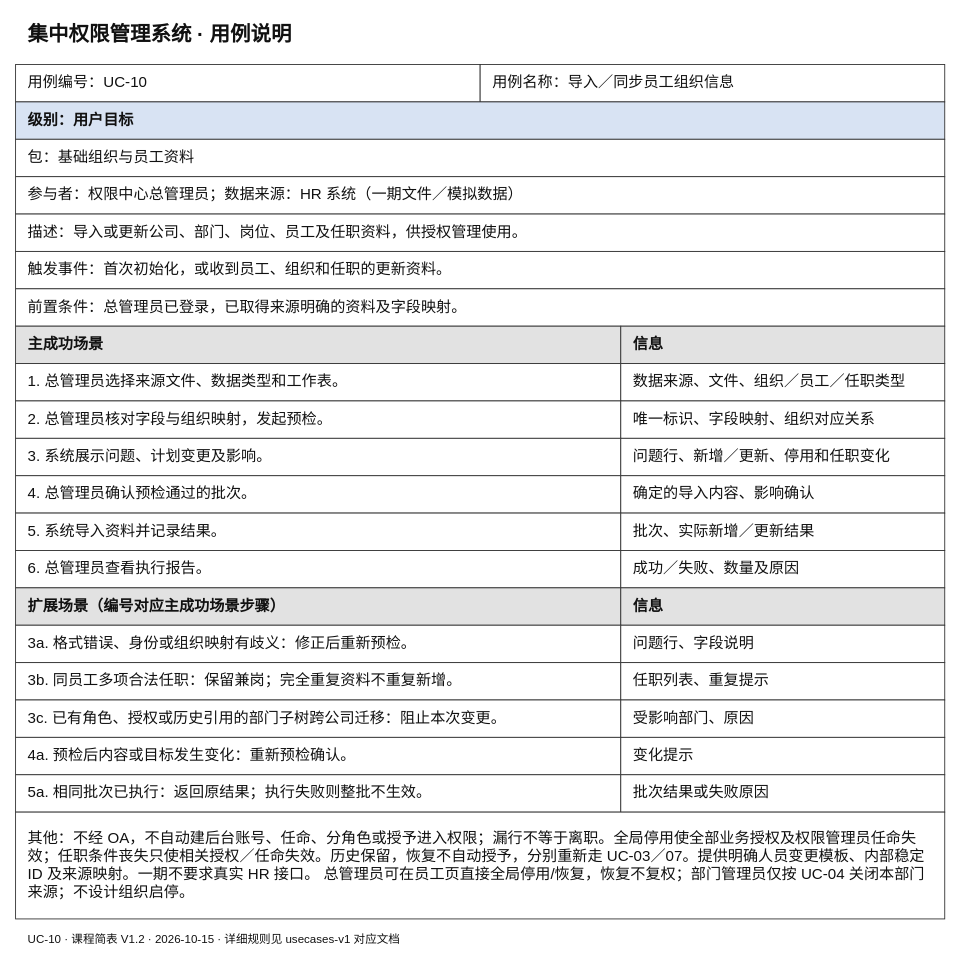
This is docs/01-requirements/按用例分类/UC-10_导入／同步员工组织信息/课程简表.drawio from Noah-hope/RBAC-admin, a draw.io file, before an edit. Source tidied: cells renumbered, new cells numbered last; positions are measured from the earlier drawing's top-left corner, leaving out a move shared by most shapes. Both pictures are drawn from the tidied source at 89%, with x=0, y=0 at pixel (15, 15).
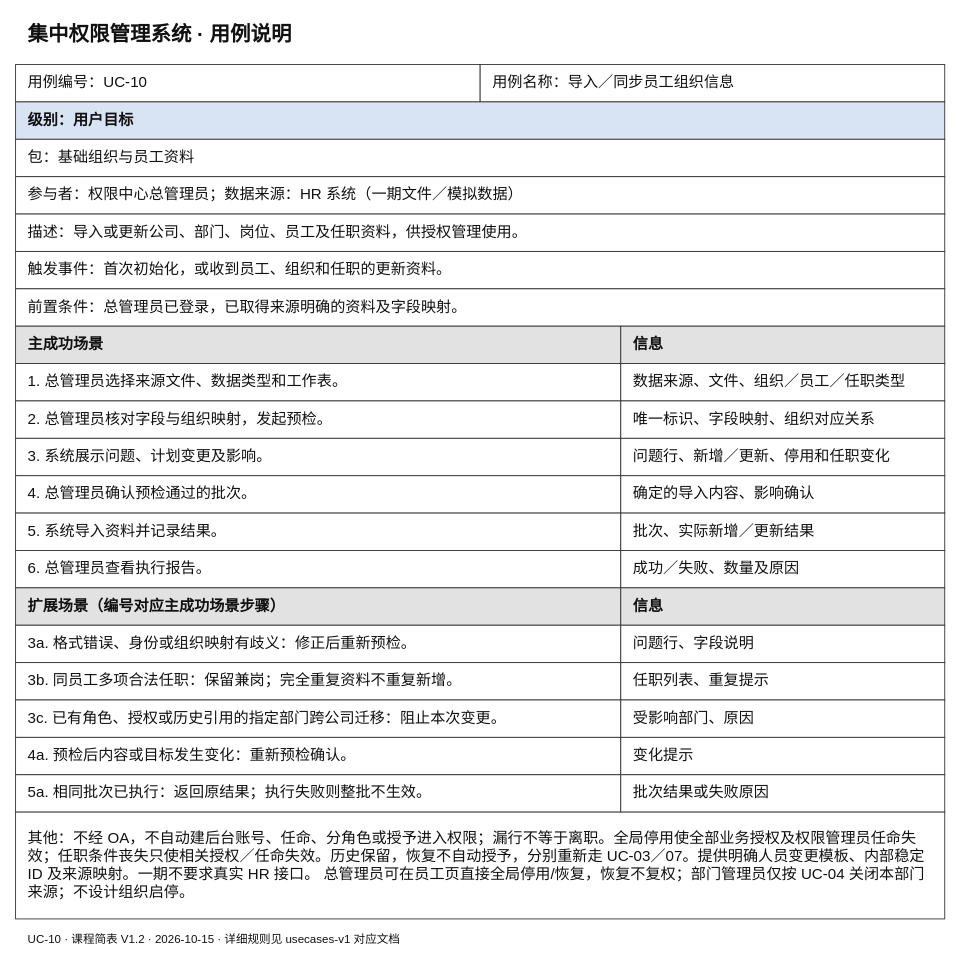
Above is the later version.

What changed in the source:
```diff
@@
-    <mxCell id="31" value="3c. 已有角色、授权或历史引用的部门子树跨公司迁移：阻止本次变更。" style="rounded=0;whiteSpace=wrap;html=0;fontFamily=Microsoft YaHei;fontSize=17;fontColor=#111111;align=left;verticalAlign=middle;spacingLeft=12;spacingRight=12;spacingTop=8;spacingBottom=8;fillColor=#ffffff;strokeColor=#333333;fontStyle=0;" parent="1" vertex="1">
+    <mxCell id="31" value="3c. 已有角色、授权或历史引用的指定部门跨公司迁移：阻止本次变更。" style="rounded=0;whiteSpace=wrap;html=0;fontFamily=Microsoft YaHei;fontSize=17;fontColor=#111111;align=left;verticalAlign=middle;spacingLeft=12;spacingRight=12;spacingTop=8;spacingBottom=8;fillColor=#ffffff;strokeColor=#333333;fontStyle=0;" parent="1" vertex="1">
       <mxGeometry y="769" width="680" height="42" as="geometry" />
     </mxCell>
```
